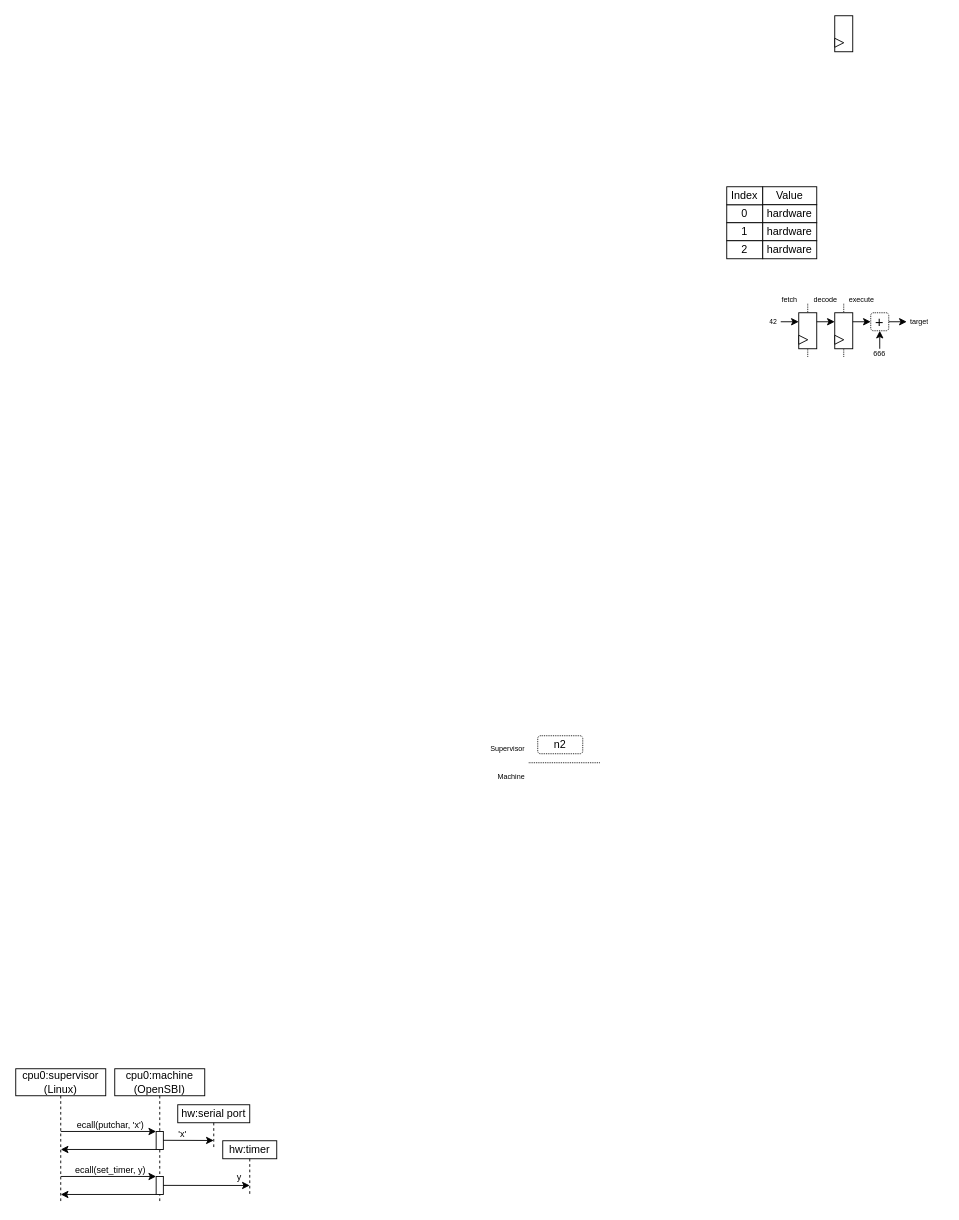
Before: page "Page-4" (4 of 4) of asset/diagram.drawio in SpinalHDL/SpinalDoc, a draw.io diagram. Source tidied: cells renumbered, new cells numbered last; positions are measured from the earlier drawing's top-left corner, leaving out a move shared by most shapes. Both pictures are drawn from the tidied source at 90%, with x=0, y=0 at pixel (15, 15).
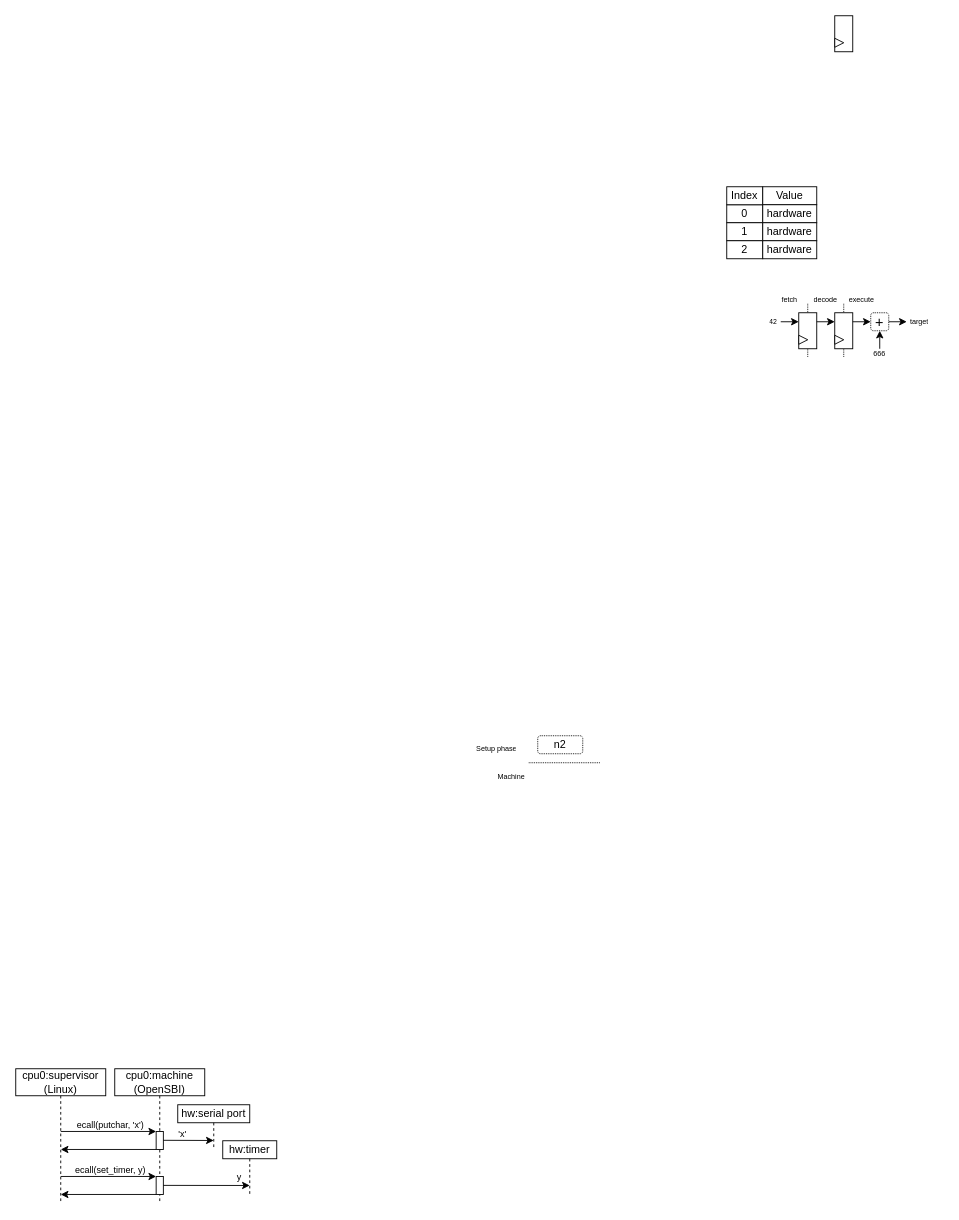
The same diagram, later.

What changed in the source:
```diff
@@
-    <mxCell id="4" value="Supervisor" style="text;strokeColor=none;fillColor=none;align=right;verticalAlign=middle;spacingLeft=4;spacingRight=4;overflow=hidden;dashed=1;html=1;fontSize=8;spacing=0;" parent="1" vertex="1">
-      <mxGeometry x="520" y="810" width="50" height="10" as="geometry" />
+    <mxCell id="4" value="Setup phase" style="text;strokeColor=none;fillColor=none;align=right;verticalAlign=middle;spacingLeft=4;spacingRight=4;overflow=hidden;dashed=1;html=1;fontSize=8;spacing=0;" parent="1" vertex="1">
+      <mxGeometry x="510" y="810" width="50" height="10" as="geometry" />
     </mxCell>
```
